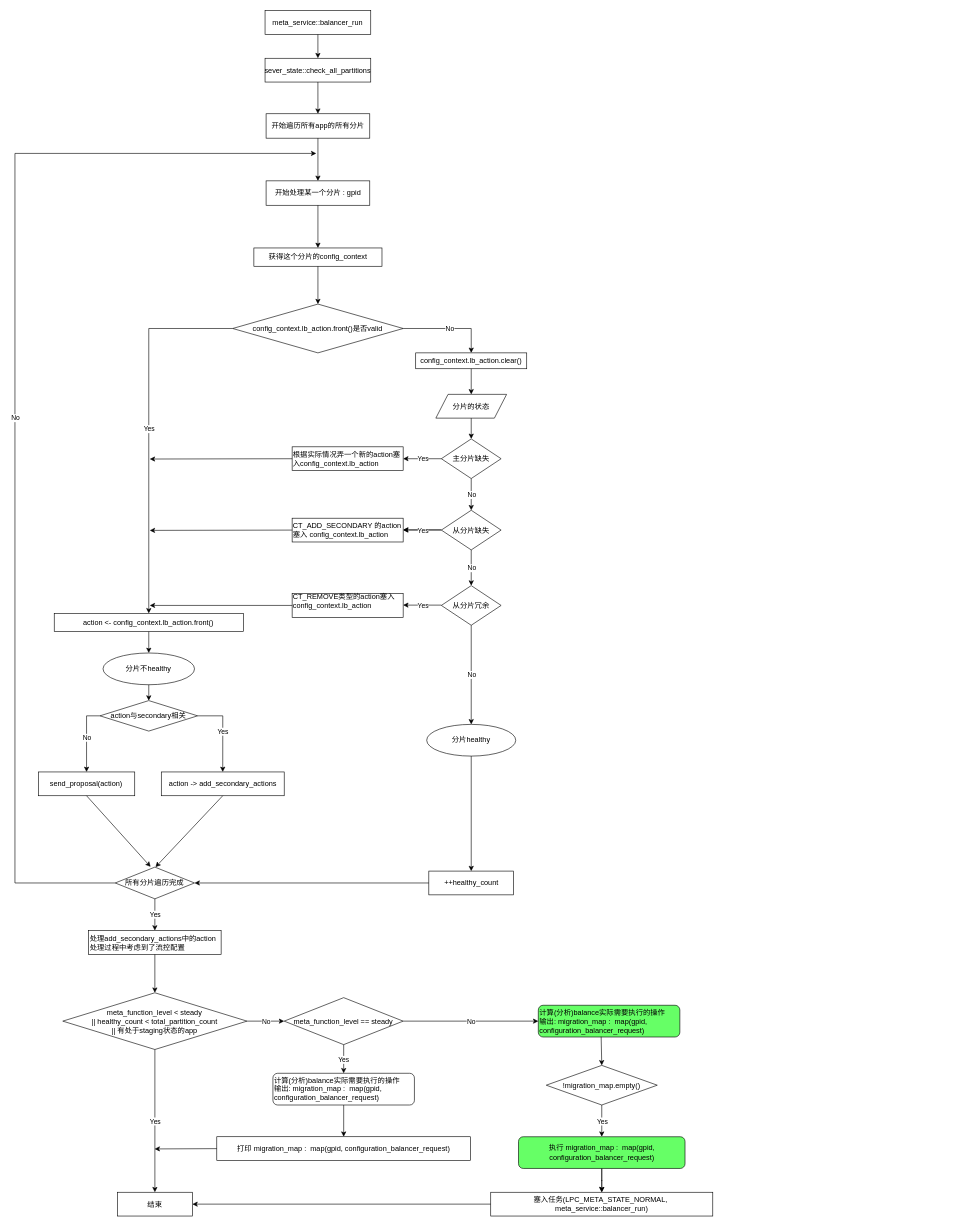
Above: Untitled Diagram.drawio in cauchy1988/6.824 (draw.io), before the change. Source tidied: cells renumbered, new cells numbered last; positions are measured from the earlier drawing's top-left corner, leaving out a move shared by most shapes. Both pictures are drawn from the tidied source at 61%, with x=0, y=0 at pixel (15, 10).
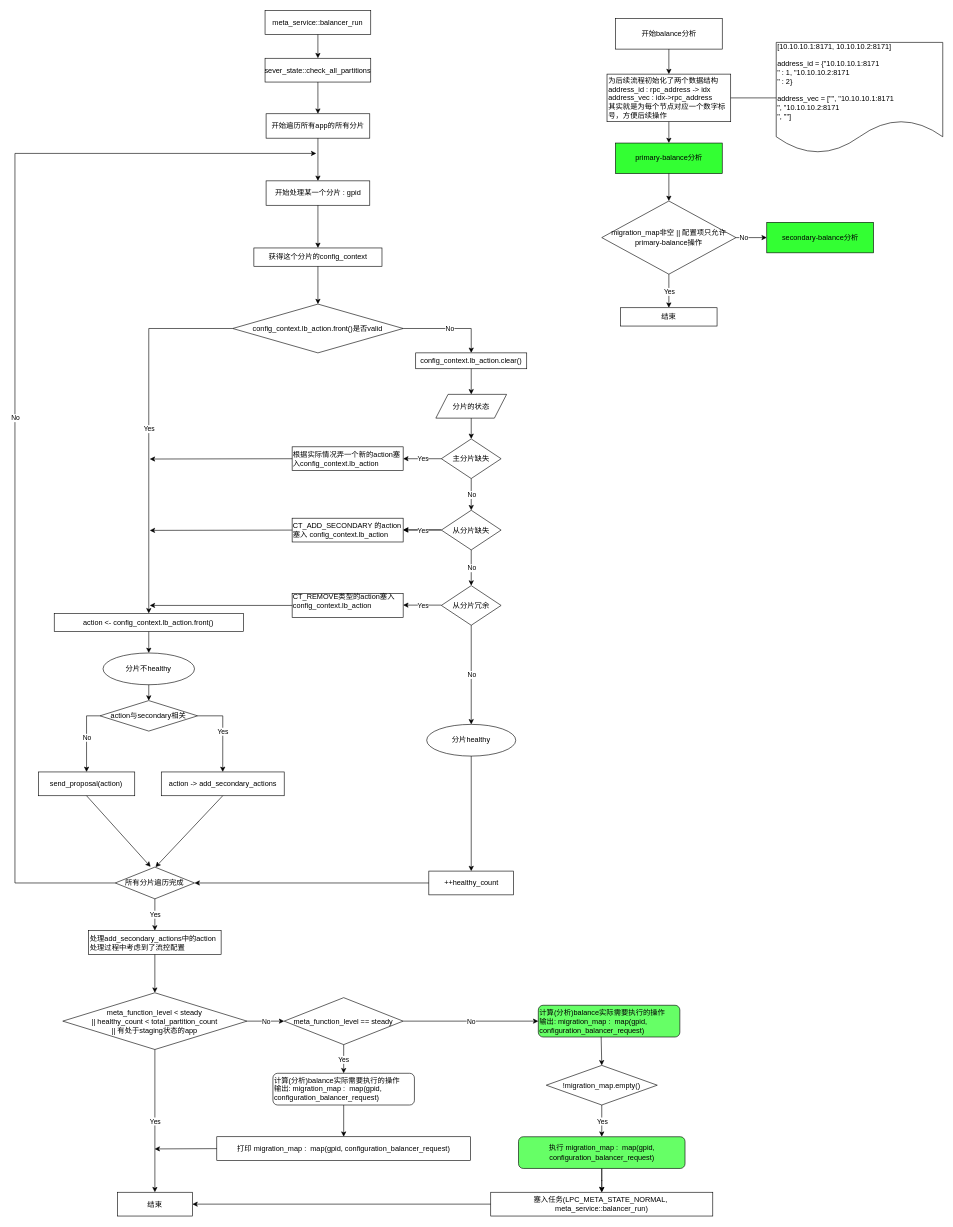
After the change.

Diff of the diagram source:
```diff
@@
+    <mxCell id="92" value="开始balance分析" style="rounded=0;whiteSpace=wrap;html=1;" parent="1" vertex="1">
+      <mxGeometry x="984.5" y="13" width="175" height="50" as="geometry" />
+    </mxCell>
+    <mxCell id="93" value="primary-balance分析" style="rounded=0;whiteSpace=wrap;html=1;fillColor=#33FF33;" parent="1" vertex="1">
+      <mxGeometry x="984.5" y="217" width="175" height="50" as="geometry" />
+    </mxCell>
+    <mxCell id="94" value="secondary-balance分析" style="rounded=0;whiteSpace=wrap;html=1;fillColor=#33FF33;" parent="1" vertex="1">
+      <mxGeometry x="1232.5" y="347" width="175" height="50" as="geometry" />
+    </mxCell>
+    <mxCell id="95" value="migration_map非空 || 配置项只允许primary-balance操作" style="rhombus;whiteSpace=wrap;html=1;" parent="1" vertex="1">
+      <mxGeometry x="962" y="312" width="220" height="120" as="geometry" />
+    </mxCell>
+    <mxCell id="96" value="结束" style="rounded=0;whiteSpace=wrap;html=1;" parent="1" vertex="1">
+      <mxGeometry x="993" y="487" width="158" height="30" as="geometry" />
+    </mxCell>
+    <mxCell id="97" style="endArrow=classic;html=1;rounded=0;exitX=0.5;exitY=1;exitDx=0;exitDy=0;entryX=0.5;entryY=0;entryDx=0;entryDy=0;" parent="1" edge="1" source="92" target="103">
+      <mxGeometry relative="1" as="geometry" />
+    </mxCell>
+    <mxCell id="98" style="endArrow=classic;html=1;rounded=0;exitX=0.5;exitY=1;exitDx=0;exitDy=0;entryX=0.5;entryY=0;entryDx=0;entryDy=0;" parent="1" edge="1" source="93" target="95">
+      <mxGeometry relative="1" as="geometry" />
+    </mxCell>
+    <mxCell id="99" style="endArrow=classic;html=1;rounded=0;exitX=0.5;exitY=1;exitDx=0;exitDy=0;" parent="1" edge="1" source="95" target="96">
+      <mxGeometry relative="1" as="geometry" />
+    </mxCell>
+    <mxCell id="100" value="Yes" style="edgeLabel;html=1;align=center;verticalAlign=middle;" parent="99" vertex="1">
+      <mxGeometry relative="1" as="geometry" />
+    </mxCell>
+    <mxCell id="101" style="endArrow=classic;html=1;rounded=0;exitX=1;exitY=0.5;exitDx=0;exitDy=0;entryX=0;entryY=0.5;entryDx=0;entryDy=0;" parent="1" edge="1" source="95" target="94">
+      <mxGeometry relative="1" as="geometry" />
+    </mxCell>
+    <mxCell id="102" value="No" style="edgeLabel;html=1;align=center;verticalAlign=middle;" parent="101" vertex="1">
+      <mxGeometry x="-0.56" relative="1" as="geometry">
+        <mxPoint x="1" as="offset" />
+      </mxGeometry>
+    </mxCell>
+    <mxCell id="103" value="为后续流程初始化了两个数据结构&lt;br&gt;address_id : rpc_address -&amp;gt; idx&lt;br&gt;address_vec : idx-&amp;gt;rpc_address&lt;br&gt;其实就是为每个节点对应一个数字标号，方便后续操作" style="rounded=0;whiteSpace=wrap;html=1;align=left;" parent="1" vertex="1">
+      <mxGeometry x="970.6" y="104" width="202.8" height="78" as="geometry" />
+    </mxCell>
+    <mxCell id="104" style="endArrow=classic;html=1;rounded=0;exitX=0.5;exitY=1;exitDx=0;exitDy=0;entryX=0.5;entryY=0;entryDx=0;entryDy=0;" parent="1" edge="1" source="103" target="93">
+      <mxGeometry relative="1" as="geometry" />
+    </mxCell>
+    <mxCell id="105" value="[10.10.10.1:8171, 10.10.10.2:8171]&lt;br&gt;&lt;br&gt;address_id = {&quot;10.10.10.1:8171&lt;br&gt;&quot; : 1, &quot;10.10.10.2:8171&lt;br&gt;&quot; : 2}&lt;br&gt;&lt;br&gt;address_vec = [&quot;&quot;, &quot;10.10.10.1:8171&lt;br&gt;&quot;, &quot;10.10.10.2:8171&lt;br&gt;&quot;, &quot;&quot;]" style="shape=document;whiteSpace=wrap;html=1;boundedLbl=1;align=left;" parent="1" vertex="1">
+      <mxGeometry x="1248" y="52" width="273" height="182" as="geometry" />
+    </mxCell>
+    <mxCell id="106" style="endArrow=none;html=1;rounded=0;exitX=1;exitY=0.5;exitDx=0;exitDy=0;entryX=0;entryY=0.5;entryDx=0;entryDy=0;" parent="1" edge="1" source="103" target="105">
+      <mxGeometry relative="1" as="geometry" />
+    </mxCell>
```
